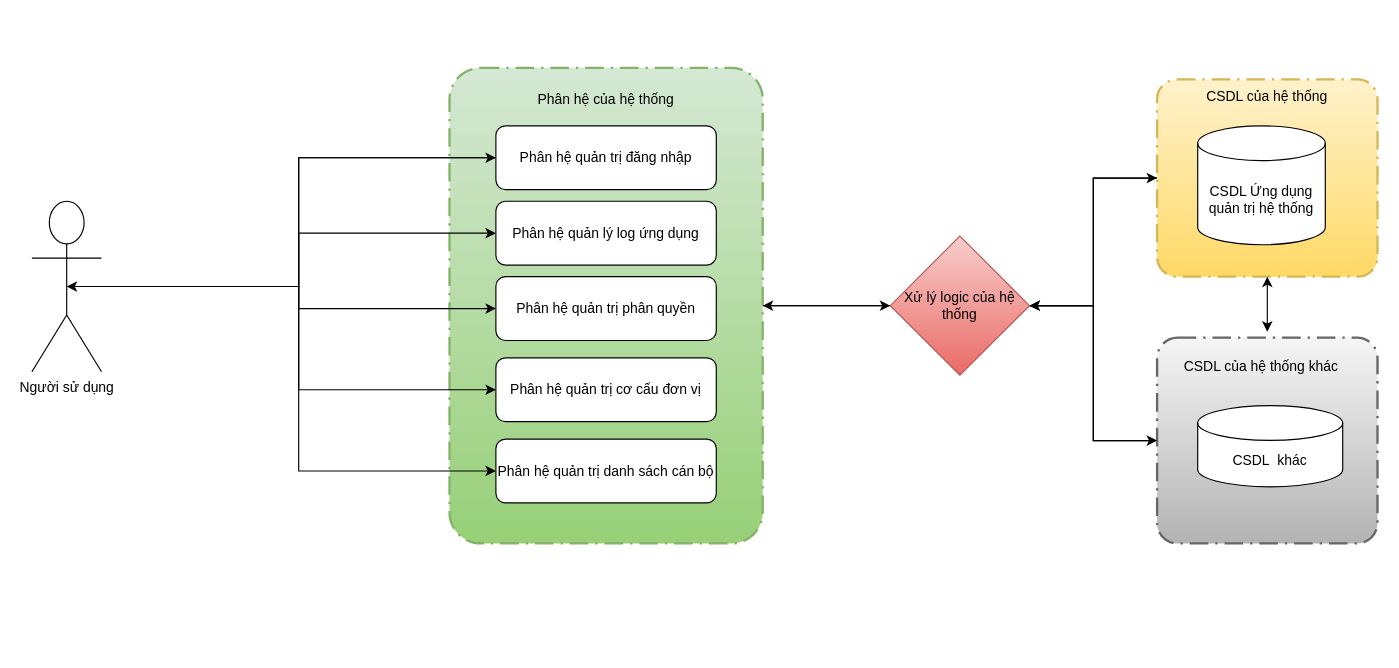
This is page "Page-7" (7 of 8) of so-do-draw/tcdl.drawio from letheanh12345/Draw-io, a draw.io file, before an edit. Source tidied: cells renumbered, new cells numbered last; positions are measured from the earlier drawing's top-left corner, leaving out a move shared by most shapes. Both pictures are drawn from the tidied source at 116%, with x=0, y=0 at pixel (31, 67).
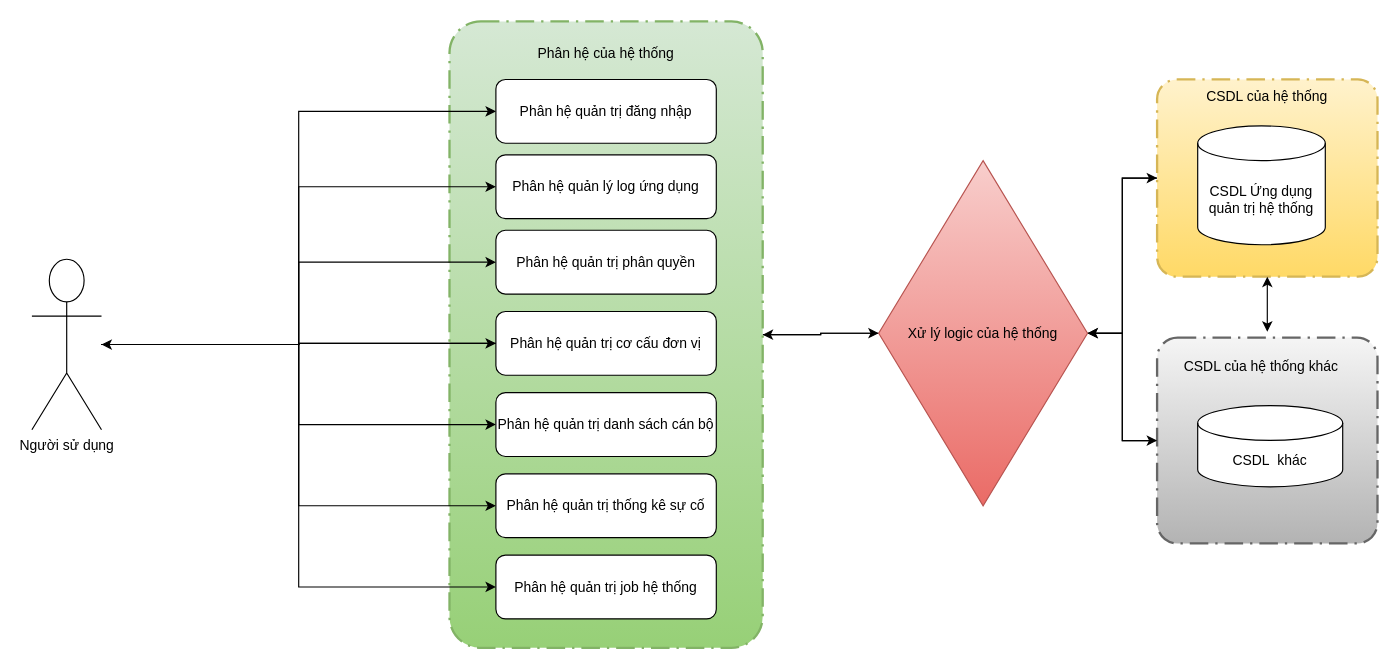
The same diagram, later.

Diff of the diagram source:
```diff
@@
     <mxCell id="7" style="points=[[0.25,0,0],[0.5,0,0],[0.75,0,0],[1,0.25,0],[1,0.5,0],[1,0.75,0],[0.75,1,0],[0.5,1,0],[0.25,1,0],[0,0.75,0],[0,0.5,0],[0,0.25,0]];rounded=1;arcSize=10;dashed=1;dashPattern=8 3 1 3;strokeWidth=2;fontStyle=1;fontSize=20;fillColor=#d5e8d4;gradientColor=#97d077;strokeColor=#82b366;" parent="1" vertex="1">
-      <mxGeometry x="360" width="270" height="410" as="geometry" />
+      <mxGeometry x="360" y="-40" width="270" height="540" as="geometry" />
     </mxCell>
     <mxCell id="8" value="Phân hệ của hệ thống" style="text;html=1;strokeColor=none;fillColor=none;align=center;verticalAlign=middle;whiteSpace=wrap;rounded=0;" parent="1" vertex="1">
-      <mxGeometry x="380" y="12.5" width="230" height="30" as="geometry" />
+      <mxGeometry x="380" y="-27.5" width="230" height="30" as="geometry" />
     </mxCell>
-    <mxCell id="9" style="edgeStyle=orthogonalEdgeStyle;rounded=0;jettySize=auto;html=1;entryX=0.5;entryY=0.5;entryDx=0;entryDy=0;entryPerimeter=0;" parent="1" edge="1" source="10" target="29">
-      <mxGeometry relative="1" as="geometry">
-        <Array as="points">
-          <mxPoint x="230" y="78" />
-          <mxPoint x="230" y="188" />
-        </Array>
-      </mxGeometry>
-    </mxCell>
     <mxCell id="10" value="Phân hệ quản trị đăng nhập" style="rounded=1;whiteSpace=wrap;html=1;" parent="1" vertex="1">
-      <mxGeometry x="400" y="50" width="190" height="55" as="geometry" />
+      <mxGeometry x="400" y="10" width="190" height="55" as="geometry" />
     </mxCell>
     <mxCell id="11" value="Phân hệ quản lý log ứng dụng" style="rounded=1;whiteSpace=wrap;html=1;" parent="1" vertex="1">
-      <mxGeometry x="400" y="115" width="190" height="55" as="geometry" />
+      <mxGeometry x="400" y="75" width="190" height="55" as="geometry" />
     </mxCell>
     <mxCell id="12" value="Phân hệ quản trị phân quyền" style="rounded=1;whiteSpace=wrap;html=1;" parent="1" vertex="1">
-      <mxGeometry x="400" y="180" width="190" height="55" as="geometry" />
+      <mxGeometry x="400" y="140" width="190" height="55" as="geometry" />
     </mxCell>
+    <mxCell id="30" style="edgeStyle=orthogonalEdgeStyle;rounded=0;jettySize=auto;html=1;" parent="1" edge="1" source="13" target="29">
+      <mxGeometry relative="1" as="geometry" />
+    </mxCell>
     <mxCell id="13" value="Phân hệ quản trị cơ cấu đơn vị" style="rounded=1;whiteSpace=wrap;html=1;" parent="1" vertex="1">
-      <mxGeometry x="400" y="250" width="190" height="55" as="geometry" />
+      <mxGeometry x="400" y="210" width="190" height="55" as="geometry" />
     </mxCell>
     <mxCell id="14" value="Phân hệ quản trị danh sách cán bộ" style="rounded=1;whiteSpace=wrap;html=1;" parent="1" vertex="1">
-      <mxGeometry x="400" y="320" width="190" height="55" as="geometry" />
+      <mxGeometry x="400" y="280" width="190" height="55" as="geometry" />
     </mxCell>
@@
     <mxCell id="23" value="Xử lý logic của hệ thống" style="rhombus;whiteSpace=wrap;html=1;fillColor=#f8cecc;gradientColor=#ea6b66;strokeColor=#b85450;" parent="1" vertex="1">
-      <mxGeometry x="740" y="145" width="120" height="120" as="geometry" />
+      <mxGeometry x="730" y="80" width="180" height="297.5" as="geometry" />
     </mxCell>
@@
-    <mxCell id="25" style="edgeStyle=orthogonalEdgeStyle;rounded=0;jettySize=auto;html=1;" parent="1" edge="1" source="29" target="11">
+    <mxCell id="25" style="edgeStyle=orthogonalEdgeStyle;rounded=0;jettySize=auto;html=1;entryX=0;entryY=0.5;entryDx=0;entryDy=0;" parent="1" edge="1" source="29" target="11">
       <mxGeometry relative="1" as="geometry" />
     </mxCell>
@@
+    <mxCell id="31" style="edgeStyle=orthogonalEdgeStyle;rounded=0;jettySize=auto;html=1;entryX=0;entryY=0.5;entryDx=0;entryDy=0;" parent="1" edge="1" source="29" target="33">
+      <mxGeometry relative="1" as="geometry" />
+    </mxCell>
+    <mxCell id="32" style="edgeStyle=orthogonalEdgeStyle;rounded=0;jettySize=auto;html=1;entryX=0;entryY=0.5;entryDx=0;entryDy=0;" parent="1" edge="1" source="29" target="34">
+      <mxGeometry relative="1" as="geometry" />
+    </mxCell>
     <mxCell id="29" value="Người sử dụng" style="shape=umlActor;verticalLabelPosition=bottom;verticalAlign=top;html=1;outlineConnect=0;" parent="1" vertex="1">
-      <mxGeometry y="115" width="60" height="147" as="geometry" />
+      <mxGeometry y="165" width="60" height="147" as="geometry" />
     </mxCell>
+    <mxCell id="33" value="Phân hệ quản trị thống kê sự cố" style="rounded=1;whiteSpace=wrap;html=1;" parent="1" vertex="1">
+      <mxGeometry x="400" y="350" width="190" height="55" as="geometry" />
+    </mxCell>
+    <mxCell id="34" value="Phân hệ quản trị job hệ thống" style="rounded=1;whiteSpace=wrap;html=1;" parent="1" vertex="1">
+      <mxGeometry x="400" y="420" width="190" height="55" as="geometry" />
+    </mxCell>
```
